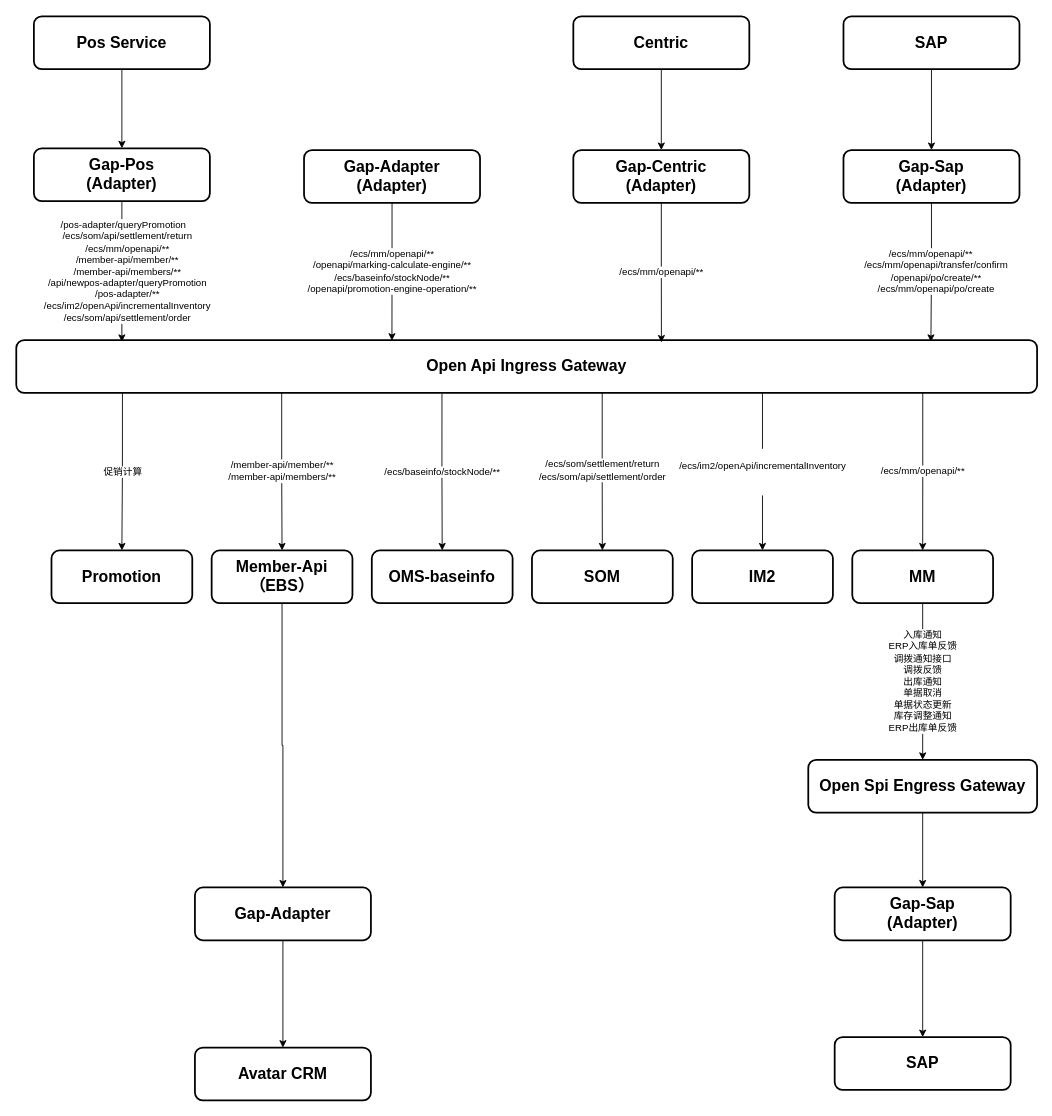
Above: open-api&open-spi.drawio in jackie-thank/beego-authz (draw.io), before the change. Source tidied: cells renumbered, new cells numbered last; positions are measured from the earlier drawing's top-left corner, leaving out a move shared by most shapes. Both pictures are drawn from the tidied source at 88%, with x=0, y=0 at pixel (16, 16).
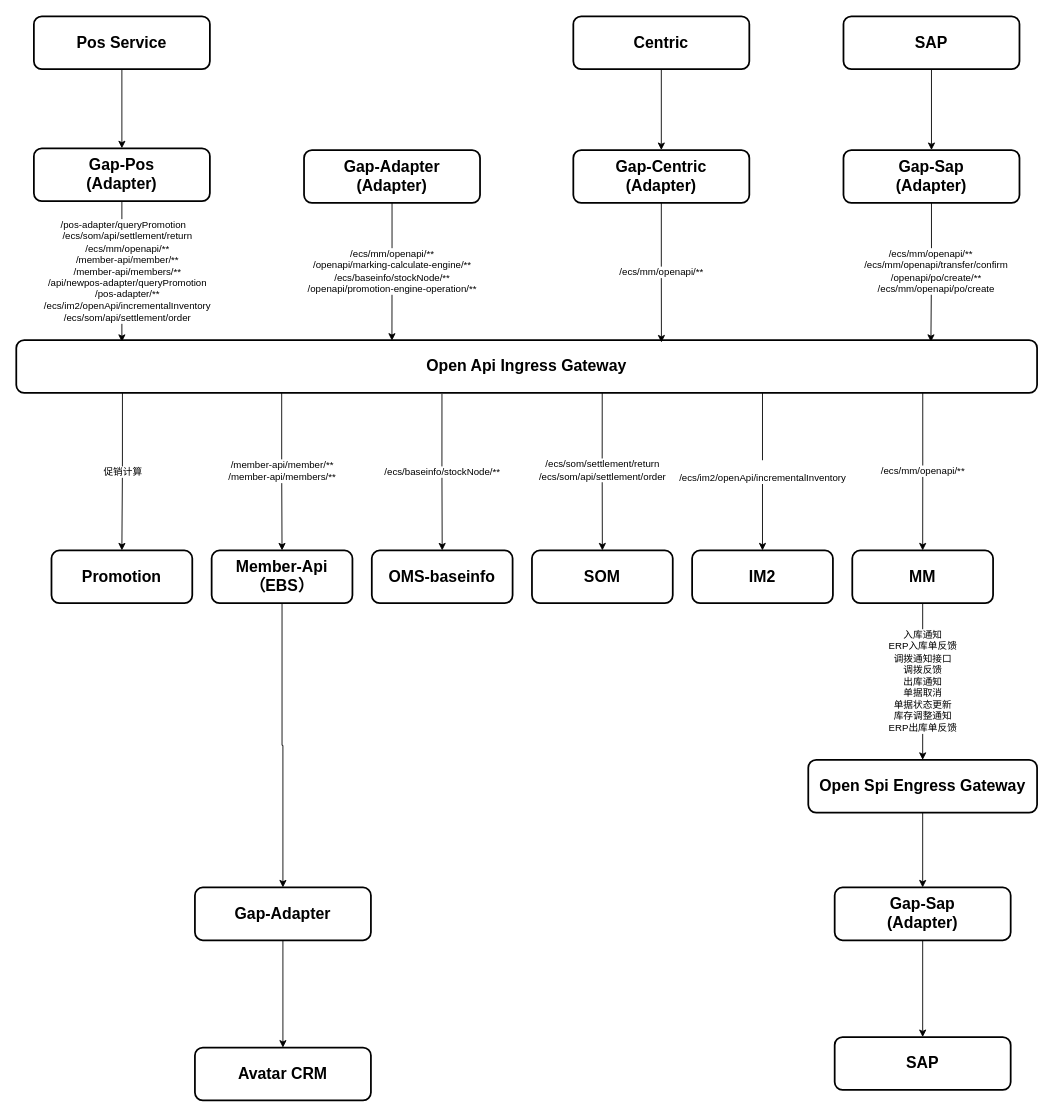
The same page after the edit.

Unchanged cells that the change refers to:
```xml
<mxCell id="8" value="Open Api Ingress Gateway" style="rounded=1;whiteSpace=wrap;html=1;strokeWidth=2;fontSize=18;fontStyle=1;align=center;" parent="1" vertex="1">
  <mxGeometry y="368" width="1160" height="60" as="geometry" />
</mxCell>
<mxCell id="37" value="&lt;div&gt;IM2&lt;/div&gt;" style="rounded=1;whiteSpace=wrap;html=1;strokeWidth=2;fontSize=18;fontStyle=1;align=center;flipH=0;" parent="1" vertex="1">
  <mxGeometry x="768" y="607" width="160" height="60" as="geometry" />
</mxCell>
```

The edit, as a diff of the source:
```diff
@@
-    <mxCell id="6" value="&#10;/ecs/im2/openApi/incrementalInventory&#10;&#10;" style="edgeStyle=orthogonalEdgeStyle;rounded=0;jettySize=auto;html=1;exitX=0.731;exitY=0.995;exitDx=0;exitDy=0;exitPerimeter=0;" parent="1" edge="1" source="8" target="37">
+    <mxCell id="6" value="&lt;br&gt;/ecs/im2/openApi/incrementalInventory" style="edgeStyle=orthogonalEdgeStyle;rounded=0;jettySize=auto;html=1;exitX=0.731;exitY=0.995;exitDx=0;exitDy=0;exitPerimeter=0;" parent="1" edge="1" source="8" target="37">
       <mxGeometry relative="1" as="geometry" />
     </mxCell>
```
